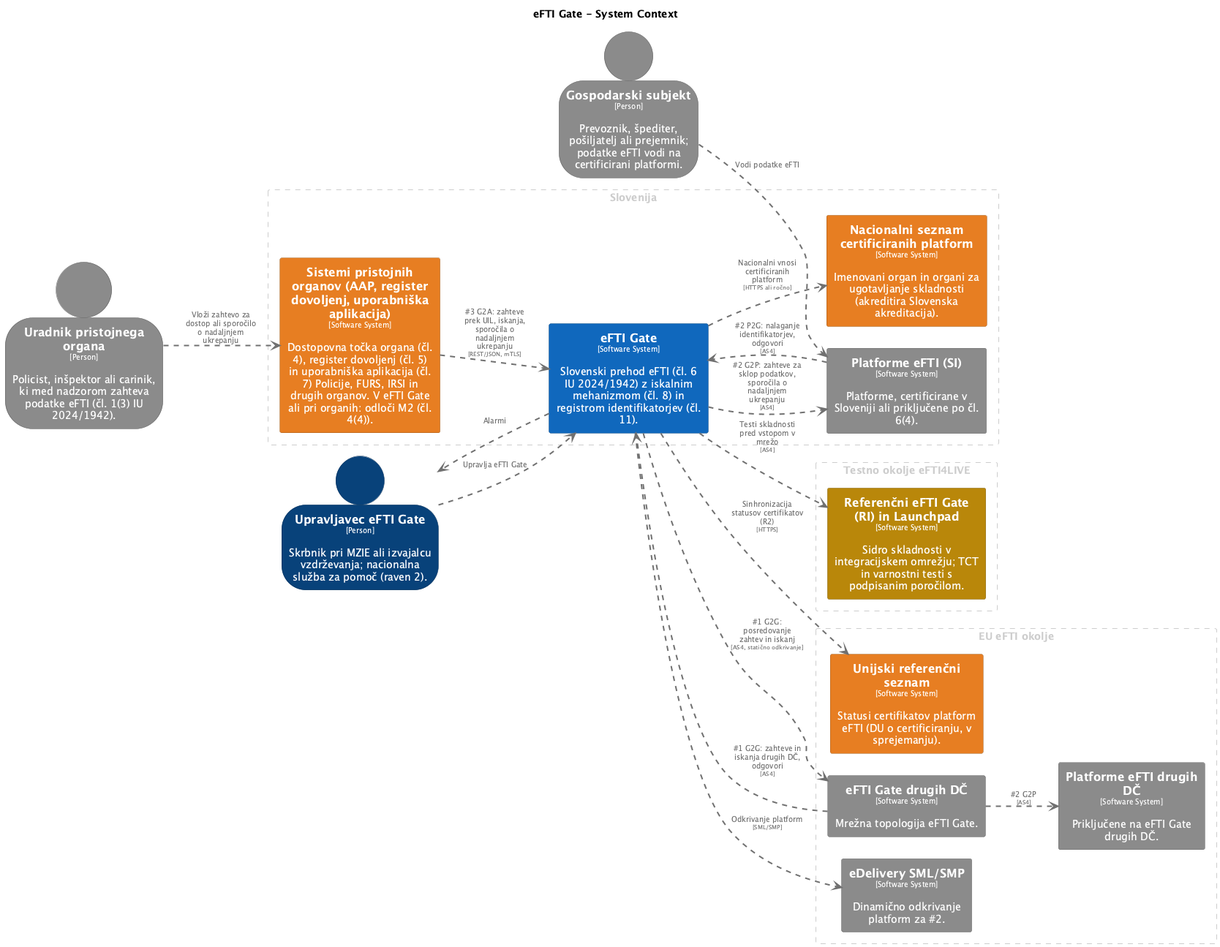
The PlantUML diagram architecture/diagrams/structurizr-C1-Kontekst.png in UM-KGPI/eFTI-Gate-SI, before a commit.
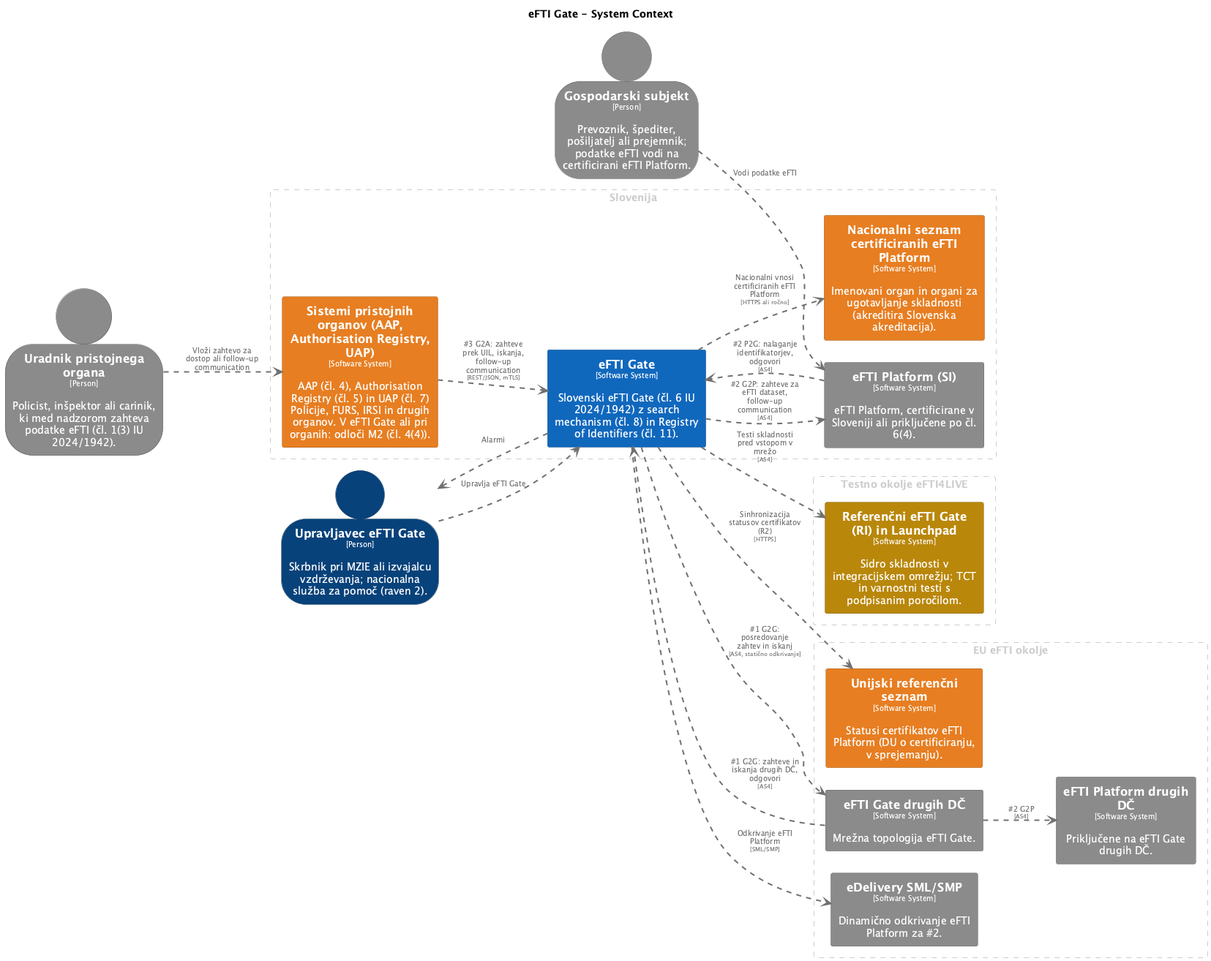
After the commit.

Change to the diagram source:
```diff
@@ -21,22 +21,10 @@
   BorderColor #606060
   shadowing false
 }
-skinparam rectangle<<Nacionalniseznamcertificiranihplatform>> {
+skinparam rectangle<<NacionalniseznamcertificiraniheFTIPlatform>> {
   BackgroundColor #e67e22
   FontColor #ffffff
   BorderColor #a15817
-  shadowing false
-}
-skinparam rectangle<<PlatformeeFTISI>> {
-  BackgroundColor #8a8a8a
-  FontColor #ffffff
-  BorderColor #606060
-  shadowing false
-}
-skinparam rectangle<<PlatformeeFTIdrugihDČ>> {
-  BackgroundColor #8a8a8a
-  FontColor #ffffff
-  BorderColor #606060
   shadowing false
 }
 skinparam rectangle<<ReferenčnieFTIGateRIinLaunchpad>> {
@@ -45,7 +33,7 @@
   BorderColor #805d07
   shadowing false
 }
-skinparam rectangle<<SistemipristojnihorganovAAPregisterdovoljenjuporabniškaaplikacija>> {
+skinparam rectangle<<SistemipristojnihorganovAAPAuthorisationRegistryUAP>> {
   BackgroundColor #e67e22
   FontColor #ffffff
   BorderColor #a15817
@@ -87,6 +75,18 @@
   BorderColor #606060
   shadowing false
 }
+skinparam rectangle<<eFTIPlatformSI>> {
+  BackgroundColor #8a8a8a
+  FontColor #ffffff
+  BorderColor #606060
+  shadowing false
+}
+skinparam rectangle<<eFTIPlatformdrugihDČ>> {
+  BackgroundColor #8a8a8a
+  FontColor #ffffff
+  BorderColor #606060
+  shadowing false
+}
 
 rectangle "EU eFTI okolje" <<group1>> as group1 {
   skinparam RectangleBorderColor<<group1>> #cccccc
@@ -94,9 +94,9 @@
   skinparam RectangleBorderStyle<<group1>> dashed
 
   rectangle "==eFTI Gate drugih DČ\n<size:10>[Software System]</size>\n\nMrežna topologija eFTI Gate." <<eFTIGatedrugihDČ>> as eFTIGatedrugihDČ
-  rectangle "==Unijski referenčni seznam\n<size:10>[Software System]</size>\n\nStatusi certifikatov platform eFTI (DU o certificiranju, v sprejemanju)." <<Unijskireferenčniseznam>> as Unijskireferenčniseznam
-  rectangle "==eDelivery SML/SMP\n<size:10>[Software System]</size>\n\nDinamično odkrivanje platform za #2." <<eDeliverySMLSMP>> as eDeliverySMLSMP
-  rectangle "==Platforme eFTI drugih DČ\n<size:10>[Software System]</size>\n\nPriključene na eFTI Gate drugih DČ." <<PlatformeeFTIdrugihDČ>> as PlatformeeFTIdrugihDČ
+  rectangle "==Unijski referenčni seznam\n<size:10>[Software System]</size>\n\nStatusi certifikatov eFTI Platform (DU o certificiranju, v sprejemanju)." <<Unijskireferenčniseznam>> as Unijskireferenčniseznam
+  rectangle "==eDelivery SML/SMP\n<size:10>[Software System]</size>\n\nDinamično odkrivanje eFTI Platform za #2." <<eDeliverySMLSMP>> as eDeliverySMLSMP
+  rectangle "==eFTI Platform drugih DČ\n<size:10>[Software System]</size>\n\nPriključene na eFTI Gate drugih DČ." <<eFTIPlatformdrugihDČ>> as eFTIPlatformdrugihDČ
 }
 
 rectangle "Slovenija" <<group2>> as group2 {
@@ -104,10 +104,10 @@
   skinparam RectangleFontColor<<group2>> #cccccc
   skinparam RectangleBorderStyle<<group2>> dashed
 
-  rectangle "==Sistemi pristojnih organov (AAP, register dovoljenj, uporabniška aplikacija)\n<size:10>[Software System]</size>\n\nDostopovna točka organa (čl. 4), register dovoljenj (čl. 5) in uporabniška aplikacija (čl. 7) Policije, FURS, IRSI in drugih organov. V eFTI Gate ali pri organih: odloči M2 (čl. 4(4))." <<SistemipristojnihorganovAAPregisterdovoljenjuporabniškaaplikacija>> as SistemipristojnihorganovAAPregisterdovoljenjuporabniškaaplikacija
-  rectangle "==Platforme eFTI (SI)\n<size:10>[Software System]</size>\n\nPlatforme, certificirane v Sloveniji ali priključene po čl. 6(4)." <<PlatformeeFTISI>> as PlatformeeFTISI
-  rectangle "==Nacionalni seznam certificiranih platform\n<size:10>[Software System]</size>\n\nImenovani organ in organi za ugotavljanje skladnosti (akreditira Slovenska akreditacija)." <<Nacionalniseznamcertificiranihplatform>> as Nacionalniseznamcertificiranihplatform
-  rectangle "==eFTI Gate\n<size:10>[Software System]</size>\n\nSlovenski prehod eFTI (čl. 6 IU 2024/1942) z iskalnim mehanizmom (čl. 8) in registrom identifikatorjev (čl. 11)." <<eFTIGate>> as eFTIGate
+  rectangle "==Sistemi pristojnih organov (AAP, Authorisation Registry, UAP)\n<size:10>[Software System]</size>\n\nAAP (čl. 4), Authorisation Registry (čl. 5) in UAP (čl. 7) Policije, FURS, IRSI in drugih organov. V eFTI Gate ali pri organih: odloči M2 (čl. 4(4))." <<SistemipristojnihorganovAAPAuthorisationRegistryUAP>> as SistemipristojnihorganovAAPAuthorisationRegistryUAP
+  rectangle "==eFTI Platform (SI)\n<size:10>[Software System]</size>\n\neFTI Platform, certificirane v Sloveniji ali priključene po čl. 6(4)." <<eFTIPlatformSI>> as eFTIPlatformSI
+  rectangle "==Nacionalni seznam certificiranih eFTI Platform\n<size:10>[Software System]</size>\n\nImenovani organ in organi za ugotavljanje skladnosti (akreditira Slovenska akreditacija)." <<NacionalniseznamcertificiraniheFTIPlatform>> as NacionalniseznamcertificiraniheFTIPlatform
+  rectangle "==eFTI Gate\n<size:10>[Software System]</size>\n\nSlovenski eFTI Gate (čl. 6 IU 2024/1942) z search mechanism (čl. 8) in Registry of Identifiers (čl. 11)." <<eFTIGate>> as eFTIGate
 }
 
 rectangle "Testno okolje eFTI4LIVE" <<group3>> as group3 {
@@ -120,20 +120,20 @@
 
 person "==Uradnik pristojnega organa\n<size:10>[Person]</size>\n\nPolicist, inšpektor ali carinik, ki med nadzorom zahteva podatke eFTI (čl. 1(3) IU 2024/1942)." <<Uradnikpristojnegaorgana>> as Uradnikpristojnegaorgana
 person "==Upravljavec eFTI Gate\n<size:10>[Person]</size>\n\nSkrbnik pri MZIE ali izvajalcu vzdrževanja; nacionalna služba za pomoč (raven 2)." <<UpravljaveceFTIGate>> as UpravljaveceFTIGate
-person "==Gospodarski subjekt\n<size:10>[Person]</size>\n\nPrevoznik, špediter, pošiljatelj ali prejemnik; podatke eFTI vodi na certificirani platformi." <<Gospodarskisubjekt>> as Gospodarskisubjekt
+person "==Gospodarski subjekt\n<size:10>[Person]</size>\n\nPrevoznik, špediter, pošiljatelj ali prejemnik; podatke eFTI vodi na certificirani eFTI Platform." <<Gospodarskisubjekt>> as Gospodarskisubjekt
 
-Uradnikpristojnegaorgana .[#707070,thickness=2].> SistemipristojnihorganovAAPregisterdovoljenjuporabniškaaplikacija : "<color:#707070>Vloži zahtevo za dostop ali sporočilo o nadaljnjem ukrepanju"
-Gospodarskisubjekt .[#707070,thickness=2].> PlatformeeFTISI : "<color:#707070>Vodi podatke eFTI"
+Uradnikpristojnegaorgana .[#707070,thickness=2].> SistemipristojnihorganovAAPAuthorisationRegistryUAP : "<color:#707070>Vloži zahtevo za dostop ali follow-up communication"
+Gospodarskisubjekt .[#707070,thickness=2].> eFTIPlatformSI : "<color:#707070>Vodi podatke eFTI"
 UpravljaveceFTIGate .[#707070,thickness=2].> eFTIGate : "<color:#707070>Upravlja eFTI Gate"
 eFTIGate .[#707070,thickness=2].> UpravljaveceFTIGate : "<color:#707070>Alarmi"
-SistemipristojnihorganovAAPregisterdovoljenjuporabniškaaplikacija .[#707070,thickness=2].> eFTIGate : "<color:#707070>#3 G2A: zahteve prek UIL, iskanja, sporočila o nadaljnjem ukrepanju\n<color:#707070><size:8>[REST/JSON, mTLS]</size>"
-eFTIGate .[#707070,thickness=2].> PlatformeeFTISI : "<color:#707070>#2 G2P: zahteve za sklop podatkov, sporočila o nadaljnjem ukrepanju\n<color:#707070><size:8>[AS4]</size>"
-PlatformeeFTISI .[#707070,thickness=2].> eFTIGate : "<color:#707070>#2 P2G: nalaganje identifikatorjev, odgovori\n<color:#707070><size:8>[AS4]</size>"
+SistemipristojnihorganovAAPAuthorisationRegistryUAP .[#707070,thickness=2].> eFTIGate : "<color:#707070>#3 G2A: zahteve prek UIL, iskanja, follow-up communication\n<color:#707070><size:8>[REST/JSON, mTLS]</size>"
+eFTIGate .[#707070,thickness=2].> eFTIPlatformSI : "<color:#707070>#2 G2P: zahteve za eFTI dataset, follow-up communication\n<color:#707070><size:8>[AS4]</size>"
+eFTIPlatformSI .[#707070,thickness=2].> eFTIGate : "<color:#707070>#2 P2G: nalaganje identifikatorjev, odgovori\n<color:#707070><size:8>[AS4]</size>"
 eFTIGate .[#707070,thickness=2].> eFTIGatedrugihDČ : "<color:#707070>#1 G2G: posredovanje zahtev in iskanj\n<color:#707070><size:8>[AS4, statično odkrivanje]</size>"
 eFTIGatedrugihDČ .[#707070,thickness=2].> eFTIGate : "<color:#707070>#1 G2G: zahteve in iskanja drugih DČ, odgovori\n<color:#707070><size:8>[AS4]</size>"
-eFTIGatedrugihDČ .[#707070,thickness=2].> PlatformeeFTIdrugihDČ : "<color:#707070>#2 G2P\n<color:#707070><size:8>[AS4]</size>"
-eFTIGate .[#707070,thickness=2].> eDeliverySMLSMP : "<color:#707070>Odkrivanje platform\n<color:#707070><size:8>[SML/SMP]</size>"
+eFTIGatedrugihDČ .[#707070,thickness=2].> eFTIPlatformdrugihDČ : "<color:#707070>#2 G2P\n<color:#707070><size:8>[AS4]</size>"
+eFTIGate .[#707070,thickness=2].> eDeliverySMLSMP : "<color:#707070>Odkrivanje eFTI Platform\n<color:#707070><size:8>[SML/SMP]</size>"
 eFTIGate .[#707070,thickness=2].> Unijskireferenčniseznam : "<color:#707070>Sinhronizacija statusov certifikatov (R2)\n<color:#707070><size:8>[HTTPS]</size>"
-eFTIGate .[#707070,thickness=2].> Nacionalniseznamcertificiranihplatform : "<color:#707070>Nacionalni vnosi certificiranih platform\n<color:#707070><size:8>[HTTPS ali ročno]</size>"
+eFTIGate .[#707070,thickness=2].> NacionalniseznamcertificiraniheFTIPlatform : "<color:#707070>Nacionalni vnosi certificiranih eFTI Platform\n<color:#707070><size:8>[HTTPS ali ročno]</size>"
 eFTIGate .[#707070,thickness=2].> ReferenčnieFTIGateRIinLaunchpad : "<color:#707070>Testi skladnosti pred vstopom v mrežo\n<color:#707070><size:8>[AS4]</size>"
 @enduml
```
